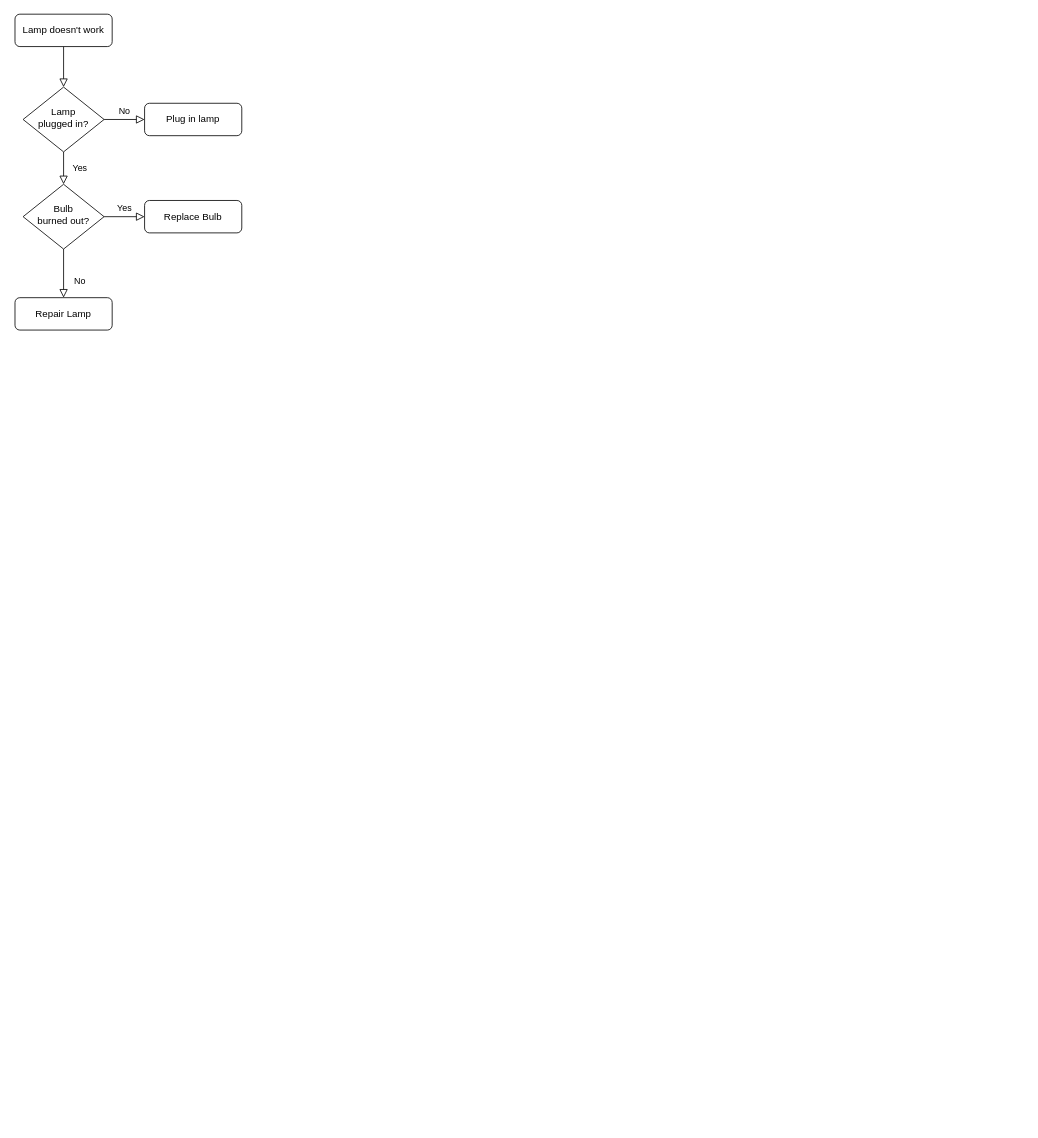
Before: 数据清洗架构.drawio in sjgcsf/software_engineering, a draw.io diagram. Source tidied: cells renumbered, new cells numbered last; positions are measured from the earlier drawing's top-left corner, leaving out a move shared by most shapes. Both pictures are drawn from the tidied source at 81%, with x=0, y=0 at pixel (15, 14).
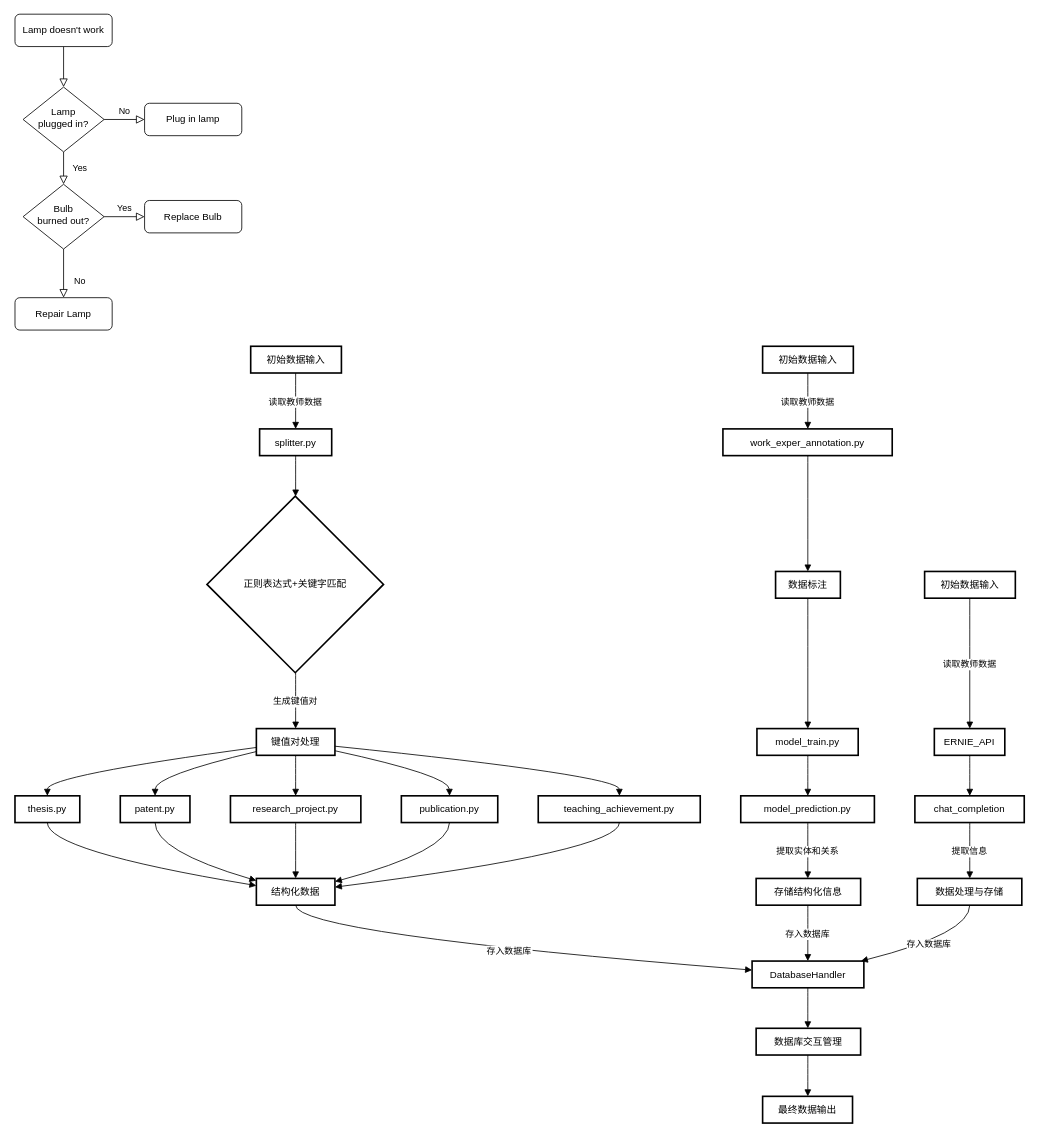
After the change.

Commit message (it also covers changes not shown here):
更新数据清洗架构.drawio

What changed in the source:
```diff
@@
+    <mxCell id="13" value="初始数据输入" style="whiteSpace=wrap;strokeWidth=2;" parent="1" vertex="1">
+      <mxGeometry x="291" y="410" width="112" height="33" as="geometry" />
+    </mxCell>
+    <mxCell id="14" value="splitter.py" style="whiteSpace=wrap;strokeWidth=2;" parent="1" vertex="1">
+      <mxGeometry x="302" y="512" width="89" height="33" as="geometry" />
+    </mxCell>
+    <mxCell id="15" value="正则表达式+关键字匹配" style="rhombus;strokeWidth=2;whiteSpace=wrap;" parent="1" vertex="1">
+      <mxGeometry x="237" y="595" width="218" height="218" as="geometry" />
+    </mxCell>
+    <mxCell id="16" value="键值对处理" style="whiteSpace=wrap;strokeWidth=2;" parent="1" vertex="1">
+      <mxGeometry x="298" y="882" width="97" height="33" as="geometry" />
+    </mxCell>
+    <mxCell id="17" value="thesis.py" style="whiteSpace=wrap;strokeWidth=2;" parent="1" vertex="1">
+      <mxGeometry y="965" width="80" height="33" as="geometry" />
+    </mxCell>
+    <mxCell id="18" value="patent.py" style="whiteSpace=wrap;strokeWidth=2;" parent="1" vertex="1">
+      <mxGeometry x="130" y="965" width="86" height="33" as="geometry" />
+    </mxCell>
+    <mxCell id="19" value="research_project.py" style="whiteSpace=wrap;strokeWidth=2;" parent="1" vertex="1">
+      <mxGeometry x="266" y="965" width="161" height="33" as="geometry" />
+    </mxCell>
+    <mxCell id="20" value="publication.py" style="whiteSpace=wrap;strokeWidth=2;" parent="1" vertex="1">
+      <mxGeometry x="477" y="965" width="119" height="33" as="geometry" />
+    </mxCell>
+    <mxCell id="21" value="teaching_achievement.py" style="whiteSpace=wrap;strokeWidth=2;" parent="1" vertex="1">
+      <mxGeometry x="646" y="965" width="200" height="33" as="geometry" />
+    </mxCell>
+    <mxCell id="22" value="结构化数据" style="whiteSpace=wrap;strokeWidth=2;" parent="1" vertex="1">
+      <mxGeometry x="298" y="1067" width="97" height="33" as="geometry" />
+    </mxCell>
+    <mxCell id="23" value="DatabaseHandler" style="whiteSpace=wrap;strokeWidth=2;" parent="1" vertex="1">
+      <mxGeometry x="910" y="1169" width="138" height="33" as="geometry" />
+    </mxCell>
+    <mxCell id="24" value="初始数据输入" style="whiteSpace=wrap;strokeWidth=2;" parent="1" vertex="1">
+      <mxGeometry x="923" y="410" width="112" height="33" as="geometry" />
+    </mxCell>
+    <mxCell id="25" value="work_exper_annotation.py" style="whiteSpace=wrap;strokeWidth=2;" parent="1" vertex="1">
+      <mxGeometry x="874" y="512" width="209" height="33" as="geometry" />
+    </mxCell>
+    <mxCell id="26" value="数据标注" style="whiteSpace=wrap;strokeWidth=2;" parent="1" vertex="1">
+      <mxGeometry x="939" y="688" width="80" height="33" as="geometry" />
+    </mxCell>
+    <mxCell id="27" value="model_train.py" style="whiteSpace=wrap;strokeWidth=2;" parent="1" vertex="1">
+      <mxGeometry x="916" y="882" width="125" height="33" as="geometry" />
+    </mxCell>
+    <mxCell id="28" value="model_prediction.py" style="whiteSpace=wrap;strokeWidth=2;" parent="1" vertex="1">
+      <mxGeometry x="896" y="965" width="165" height="33" as="geometry" />
+    </mxCell>
+    <mxCell id="29" value="存储结构化信息" style="whiteSpace=wrap;strokeWidth=2;" parent="1" vertex="1">
+      <mxGeometry x="915" y="1067" width="129" height="33" as="geometry" />
+    </mxCell>
+    <mxCell id="30" value="数据库交互管理" style="whiteSpace=wrap;strokeWidth=2;" parent="1" vertex="1">
+      <mxGeometry x="915" y="1252" width="129" height="33" as="geometry" />
+    </mxCell>
+    <mxCell id="31" value="最终数据输出" style="whiteSpace=wrap;strokeWidth=2;" parent="1" vertex="1">
+      <mxGeometry x="923" y="1336" width="111" height="33" as="geometry" />
+    </mxCell>
+    <mxCell id="32" value="初始数据输入" style="whiteSpace=wrap;strokeWidth=2;" parent="1" vertex="1">
+      <mxGeometry x="1123" y="688" width="112" height="33" as="geometry" />
+    </mxCell>
+    <mxCell id="33" value="ERNIE_API" style="whiteSpace=wrap;strokeWidth=2;" parent="1" vertex="1">
+      <mxGeometry x="1135" y="882" width="87" height="33" as="geometry" />
+    </mxCell>
+    <mxCell id="34" value="chat_completion" style="whiteSpace=wrap;strokeWidth=2;" parent="1" vertex="1">
+      <mxGeometry x="1111" y="965" width="135" height="33" as="geometry" />
+    </mxCell>
+    <mxCell id="35" value="数据处理与存储" style="whiteSpace=wrap;strokeWidth=2;" parent="1" vertex="1">
+      <mxGeometry x="1114" y="1067" width="129" height="33" as="geometry" />
+    </mxCell>
+    <mxCell id="36" value="读取教师数据" style="curved=1;startArrow=none;endArrow=block;exitX=0.495361396244594;exitY=1.0121212583599668;entryX=0.49978063347634305;entryY=-0.0060605713815400095;rounded=0;" parent="1" edge="1" source="13" target="14">
+      <mxGeometry relative="1" as="geometry" />
+    </mxCell>
+    <mxCell id="37" style="curved=1;startArrow=none;endArrow=block;exitX=0.49978063347634305;exitY=1.0060606869784268;entryX=0.5022040200889657;entryY=0.0009174434416884676;rounded=0;" parent="1" edge="1" source="14" target="15">
+      <mxGeometry relative="1" as="geometry" />
+    </mxCell>
+    <mxCell id="38" value="生成键值对" style="curved=1;startArrow=none;endArrow=block;exitX=0.5022040200889657;exitY=1.0027093012398536;entryX=0.4997987255607684;entryY=-0.0002840215509588068;rounded=0;" parent="1" edge="1" source="15" target="16">
+      <mxGeometry relative="1" as="geometry" />
+    </mxCell>
+    <mxCell id="39" style="curved=1;startArrow=none;endArrow=block;exitX=0.0018605890962266431;exitY=0.7048933437540138;entryX=0.4994824409484863;entryY=0.011837236809008049;rounded=0;" parent="1" edge="1" source="16" target="17">
+      <mxGeometry relative="1" as="geometry">
+        <Array as="points">
+          <mxPoint x="40" y="940" />
+        </Array>
+      </mxGeometry>
+    </mxCell>
+    <mxCell id="40" style="curved=1;startArrow=none;endArrow=block;exitX=0.0018605890962266431;exitY=0.8574937203788219;entryX=0.49941865787949674;entryY=0.011837236809008049;rounded=0;" parent="1" edge="1" source="16" target="18">
+      <mxGeometry relative="1" as="geometry">
+        <Array as="points">
+          <mxPoint x="173" y="940" />
+        </Array>
+      </mxGeometry>
+    </mxCell>
+    <mxCell id="41" style="curved=1;startArrow=none;endArrow=block;exitX=0.4997987255607684;exitY=1.011837236809008;entryX=0.49987873527574245;entryY=0.011837236809008049;rounded=0;" parent="1" edge="1" source="16" target="19">
+      <mxGeometry relative="1" as="geometry" />
+    </mxCell>
+    <mxCell id="42" style="curved=1;startArrow=none;endArrow=block;exitX=0.9977368620253101;exitY=0.8270075891953907;entryX=0.4998293964802718;entryY=0.011837236809008049;rounded=0;" parent="1" edge="1" source="16" target="20">
+      <mxGeometry relative="1" as="geometry">
+        <Array as="points">
+          <mxPoint x="536" y="940" />
+        </Array>
+      </mxGeometry>
+    </mxCell>
+    <mxCell id="43" style="curved=1;startArrow=none;endArrow=block;exitX=0.9977368620253101;exitY=0.6584611940617323;entryX=0.5010860061645508;entryY=0.011837236809008049;rounded=0;" parent="1" edge="1" source="16" target="21">
+      <mxGeometry relative="1" as="geometry">
+        <Array as="points">
+          <mxPoint x="746" y="940" />
+        </Array>
+      </mxGeometry>
+    </mxCell>
+    <mxCell id="44" style="curved=1;startArrow=none;endArrow=block;exitX=0.4994824409484863;exitY=1.0239584951689749;entryX=0.0018605890962266431;entryY=0.268790728725731;rounded=0;" parent="1" edge="1" source="17" target="22">
+      <mxGeometry relative="1" as="geometry">
+        <Array as="points">
+          <mxPoint x="40" y="1033" />
+        </Array>
+      </mxGeometry>
+    </mxCell>
+    <mxCell id="45" style="curved=1;startArrow=none;endArrow=block;exitX=0.49941865787949674;exitY=1.0239584951689749;entryX=0.0018605890962266431;entryY=0.08252312403963268;rounded=0;" parent="1" edge="1" source="18" target="22">
+      <mxGeometry relative="1" as="geometry">
+        <Array as="points">
+          <mxPoint x="173" y="1033" />
+        </Array>
+      </mxGeometry>
+    </mxCell>
+    <mxCell id="46" style="curved=1;startArrow=none;endArrow=block;exitX=0.49987873527574245;exitY=1.0239584951689749;entryX=0.4997987255607684;entryY=0.0057766654274680395;rounded=0;" parent="1" edge="1" source="19" target="22">
+      <mxGeometry relative="1" as="geometry" />
+    </mxCell>
+    <mxCell id="47" style="curved=1;startArrow=none;endArrow=block;exitX=0.4998293964802718;exitY=1.0239584951689749;entryX=0.9977368620253101;entryY=0.11973521196026385;rounded=0;" parent="1" edge="1" source="20" target="22">
+      <mxGeometry relative="1" as="geometry">
+        <Array as="points">
+          <mxPoint x="536" y="1033" />
+        </Array>
+      </mxGeometry>
+    </mxCell>
+    <mxCell id="48" style="curved=1;startArrow=none;endArrow=block;exitX=0.5010860061645508;exitY=1.0239584951689749;entryX=0.9977368620253101;entryY=0.32546690145151885;rounded=0;" parent="1" edge="1" source="21" target="22">
+      <mxGeometry relative="1" as="geometry">
+        <Array as="points">
+          <mxPoint x="746" y="1033" />
+        </Array>
+      </mxGeometry>
+    </mxCell>
+    <mxCell id="49" value="存入数据库" style="curved=1;startArrow=none;endArrow=block;exitX=0.4997987255607684;exitY=1.0178979237874348;entryX=-0.0002319778221240942;entryY=0.3378688740551338;rounded=0;" parent="1" edge="1" source="22" target="23">
+      <mxGeometry relative="1" as="geometry">
+        <Array as="points">
+          <mxPoint x="346" y="1135" />
+        </Array>
+      </mxGeometry>
+    </mxCell>
+    <mxCell id="50" value="读取教师数据" style="curved=1;startArrow=none;endArrow=block;exitX=0.4982353619166783;exitY=1.0121212583599668;entryX=0.5014467011228132;entryY=-0.0060605713815400095;rounded=0;" parent="1" edge="1" source="24" target="25">
+      <mxGeometry relative="1" as="geometry" />
+    </mxCell>
+    <mxCell id="51" style="curved=1;startArrow=none;endArrow=block;exitX=0.5014467011228132;exitY=1.0060606869784268;entryX=0.4975295066833496;entryY=-0.009232896747011127;rounded=0;" parent="1" edge="1" source="25" target="26">
+      <mxGeometry relative="1" as="geometry" />
+    </mxCell>
+    <mxCell id="52" style="curved=1;startArrow=none;endArrow=block;exitX=0.4975295066833496;exitY=1.0028883616129558;entryX=0.5024188842773437;entryY=-0.0002840215509588068;rounded=0;" parent="1" edge="1" source="26" target="27">
+      <mxGeometry relative="1" as="geometry" />
+    </mxCell>
+    <mxCell id="53" style="curved=1;startArrow=none;endArrow=block;exitX=0.5024188842773437;exitY=1.011837236809008;entryX=0.5018324880888968;entryY=0.011837236809008049;rounded=0;" parent="1" edge="1" source="27" target="28">
+      <mxGeometry relative="1" as="geometry" />
+    </mxCell>
+    <mxCell id="54" value="提取实体和关系" style="curved=1;startArrow=none;endArrow=block;exitX=0.5018324880888968;exitY=1.0239584951689749;entryX=0.49459194212920904;entryY=0.0057766654274680395;rounded=0;" parent="1" edge="1" source="28" target="29">
+      <mxGeometry relative="1" as="geometry" />
+    </mxCell>
+    <mxCell id="55" value="存入数据库" style="curved=1;startArrow=none;endArrow=block;exitX=0.49459194212920904;exitY=1.0178979237874348;entryX=0.4985678299613621;entryY=-0.0002839059540719697;rounded=0;" parent="1" edge="1" source="29" target="23">
+      <mxGeometry relative="1" as="geometry" />
+    </mxCell>
+    <mxCell id="56" style="curved=1;startArrow=none;endArrow=block;exitX=0.4985678299613621;exitY=1.0118373524058948;entryX=0.49459194212920904;entryY=0.011837352405894886;rounded=0;" parent="1" edge="1" source="23" target="30">
+      <mxGeometry relative="1" as="geometry" />
+    </mxCell>
+    <mxCell id="57" style="curved=1;startArrow=none;endArrow=block;exitX=0.49459194212920904;exitY=1.0239586107658618;entryX=0.5027239687807925;entryY=-0.006344419537168561;rounded=0;" parent="1" edge="1" source="30" target="31">
+      <mxGeometry relative="1" as="geometry" />
+    </mxCell>
+    <mxCell id="58" value="读取教师数据" style="curved=1;startArrow=none;endArrow=block;exitX=0.49772616795131136;exitY=1.0028883616129558;entryX=0.502819894374102;entryY=-0.0002840215509588068;rounded=0;" parent="1" edge="1" source="32" target="33">
+      <mxGeometry relative="1" as="geometry" />
+    </mxCell>
+    <mxCell id="59" style="curved=1;startArrow=none;endArrow=block;exitX=0.502819894374102;exitY=1.011837236809008;entryX=0.5018172652633102;entryY=0.011837236809008049;rounded=0;" parent="1" edge="1" source="33" target="34">
+      <mxGeometry relative="1" as="geometry" />
+    </mxCell>
+    <mxCell id="60" value="提取信息" style="curved=1;startArrow=none;endArrow=block;exitX=0.5018172652633102;exitY=1.0239584951689749;entryX=0.5019017892290455;entryY=0.0057766654274680395;rounded=0;" parent="1" edge="1" source="34" target="35">
+      <mxGeometry relative="1" as="geometry" />
+    </mxCell>
+    <mxCell id="61" value="存入数据库" style="curved=1;startArrow=none;endArrow=block;exitX=0.5019017892290455;exitY=1.0178979237874348;entryX=0.9739312476622892;entryY=-0.0002839059540719697;rounded=0;" parent="1" edge="1" source="35" target="23">
+      <mxGeometry relative="1" as="geometry">
+        <Array as="points">
+          <mxPoint x="1179" y="1135" />
+        </Array>
+      </mxGeometry>
+    </mxCell>
```
